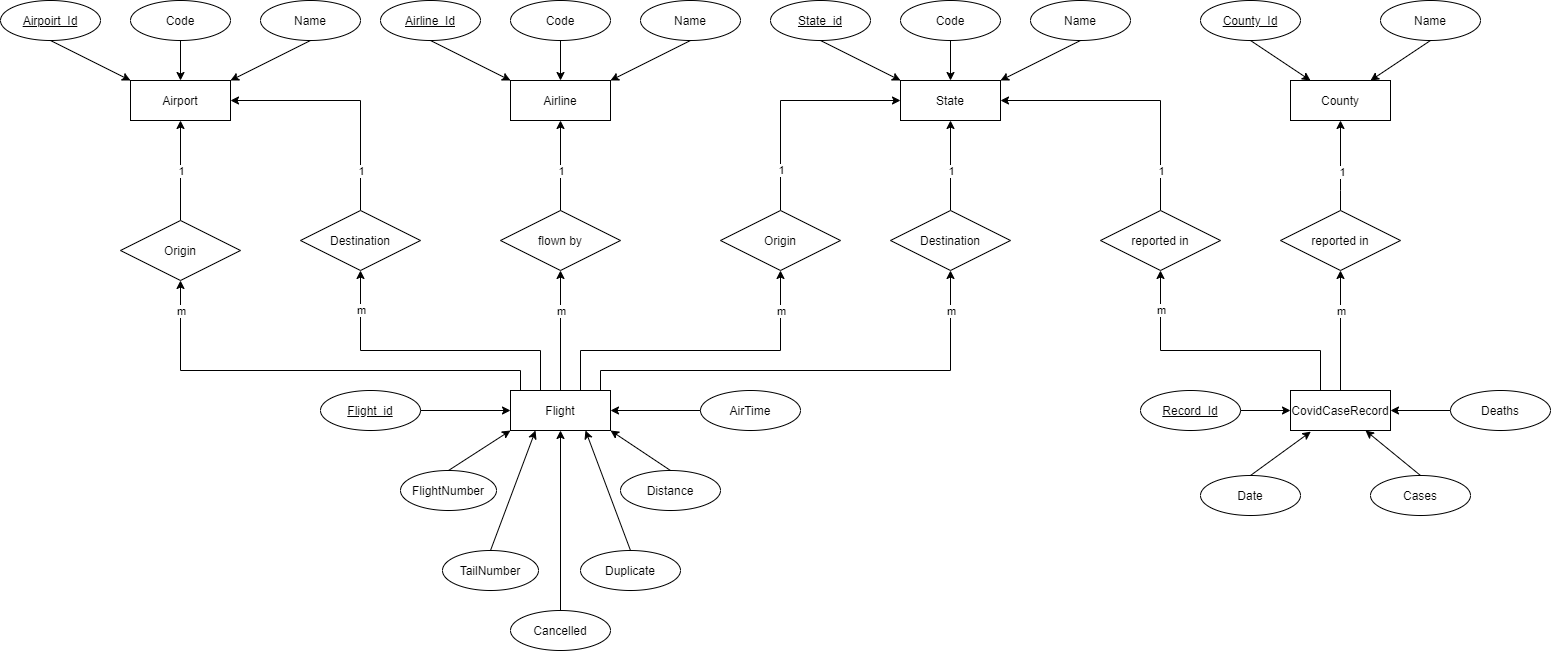
francWhite/DBS_CovidFlights keeps this draw.io diagram as ERD.png. Above is the earlier version. Source tidied: cells renumbered, new cells last; positions are measured from the earlier drawing's top-left corner, leaving out a move shared by most shapes.
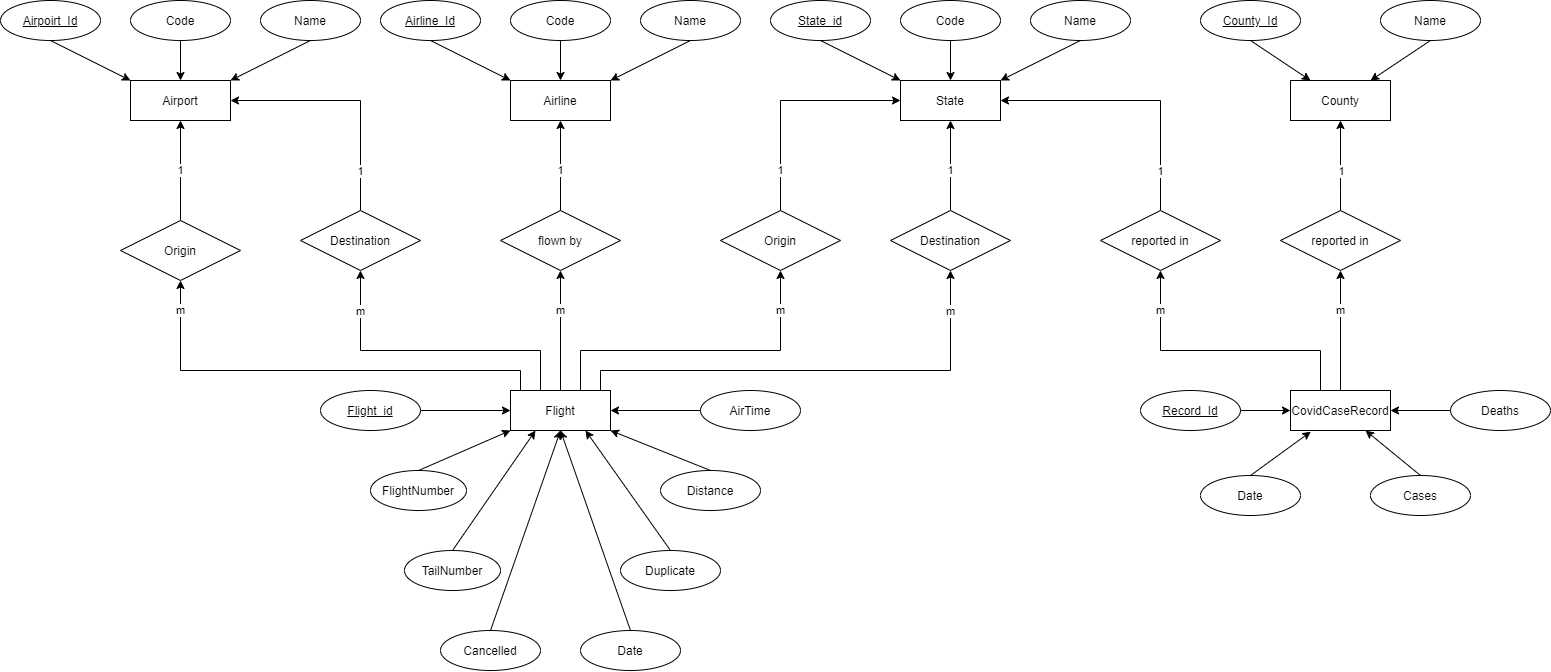
Later version of the same file.

Change to the diagram source:
```diff
@@ -132,22 +132,22 @@
       <mxGeometry x="320" y="390" width="100" height="40" as="geometry" />
     </mxCell>
     <mxCell id="35" value="FlightNumber" style="ellipse;whiteSpace=wrap;html=1;align=center;" parent="1" vertex="1">
-      <mxGeometry x="400" y="470" width="96" height="40" as="geometry" />
+      <mxGeometry x="370" y="470" width="96" height="40" as="geometry" />
     </mxCell>
     <mxCell id="36" value="TailNumber" style="ellipse;whiteSpace=wrap;html=1;align=center;" parent="1" vertex="1">
-      <mxGeometry x="442" y="550" width="96" height="40" as="geometry" />
+      <mxGeometry x="404" y="550" width="96" height="40" as="geometry" />
     </mxCell>
     <mxCell id="37" value="Cancelled" style="ellipse;whiteSpace=wrap;html=1;align=center;" parent="1" vertex="1">
-      <mxGeometry x="510" y="610" width="100" height="40" as="geometry" />
+      <mxGeometry x="440" y="630" width="100" height="40" as="geometry" />
     </mxCell>
     <mxCell id="38" value="Duplicate" style="ellipse;whiteSpace=wrap;html=1;align=center;" parent="1" vertex="1">
-      <mxGeometry x="580" y="550" width="100" height="40" as="geometry" />
+      <mxGeometry x="620" y="550" width="100" height="40" as="geometry" />
     </mxCell>
     <mxCell id="39" value="AirTime" style="ellipse;whiteSpace=wrap;html=1;align=center;" parent="1" vertex="1">
       <mxGeometry x="700" y="390" width="100" height="40" as="geometry" />
     </mxCell>
     <mxCell id="40" value="Distance" style="ellipse;whiteSpace=wrap;html=1;align=center;" parent="1" vertex="1">
-      <mxGeometry x="620" y="470" width="100" height="40" as="geometry" />
+      <mxGeometry x="660" y="470" width="100" height="40" as="geometry" />
     </mxCell>
     <mxCell id="41" style="endArrow=classic;html=1;exitX=1;exitY=0.5;exitDx=0;exitDy=0;entryX=0;entryY=0.5;entryDx=0;entryDy=0;" parent="1" edge="1" source="34" target="33">
       <mxGeometry relative="1" as="geometry" />
@@ -313,5 +313,11 @@
     <mxCell id="86" value="reported in" style="shape=rhombus;perimeter=rhombusPerimeter;whiteSpace=wrap;html=1;align=center;" parent="1" vertex="1">
       <mxGeometry x="1100" y="210" width="120" height="60" as="geometry" />
     </mxCell>
+    <mxCell id="87" value="Date" style="ellipse;whiteSpace=wrap;html=1;align=center;" parent="1" vertex="1">
+      <mxGeometry x="580" y="630" width="100" height="40" as="geometry" />
+    </mxCell>
+    <mxCell id="88" style="endArrow=classic;html=1;exitX=0.5;exitY=0;exitDx=0;exitDy=0;entryX=0.5;entryY=1;entryDx=0;entryDy=0;" parent="1" edge="1" source="87" target="33">
+      <mxGeometry relative="1" as="geometry" />
+    </mxCell>
   </root>
 </mxGraphModel>
```
